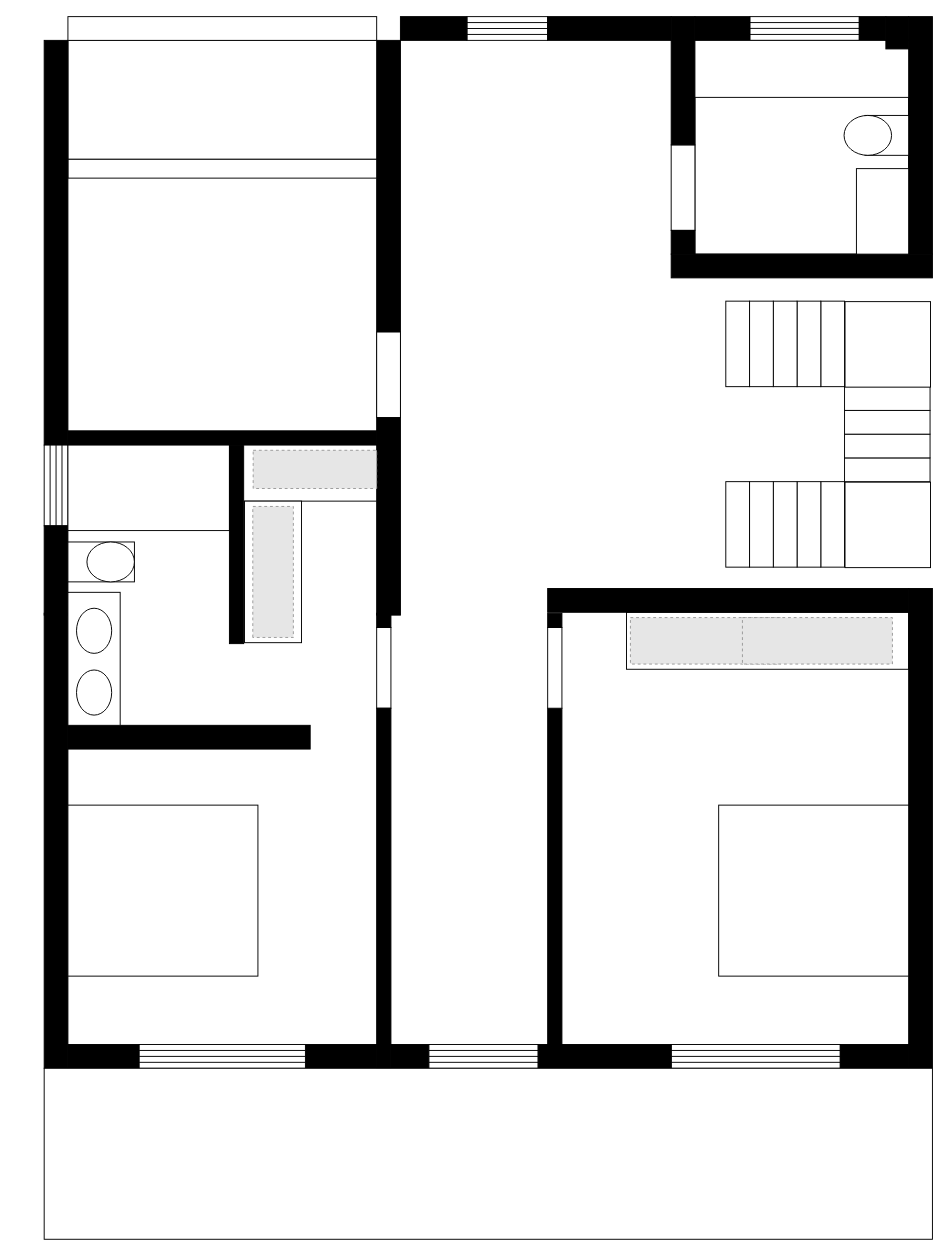
Above: page "第 11 页" (11 of 12) of gushan.drawio in huangshijie/Drawio (draw.io), before the change. Source tidied: cells renumbered, new cells numbered last; positions are measured from the earlier drawing's top-left corner, leaving out a move shared by most shapes. Both pictures are drawn from the tidied source at 95%, with x=0, y=0 at pixel (44, 16). Pictures stored in the file or linked from it are replaced by grey dashed boxes.
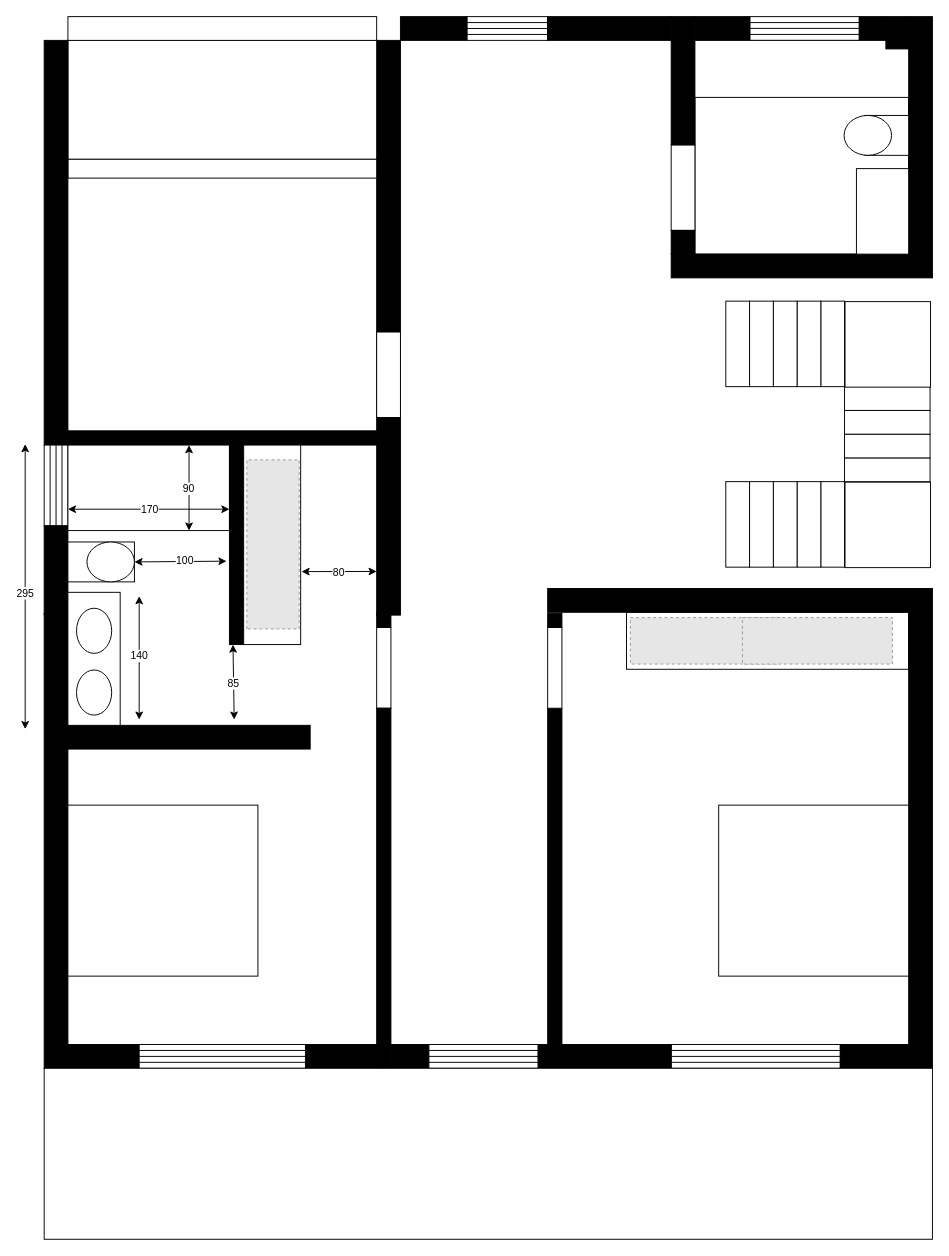
After the change.

The change refers to these unchanged cells:
```xml
<mxCell id="22" style="rounded=0;whiteSpace=wrap;html=1;fillColor=#000000;" parent="1" vertex="1">
  <mxGeometry x="350" y="25" width="25" height="605" as="geometry" />
</mxCell>
<mxCell id="81" style="rounded=0;whiteSpace=wrap;html=1;" parent="1" vertex="1">
  <mxGeometry x="25" y="451" width="170" height="90" as="geometry" />
</mxCell>
<mxCell id="92" style="ellipse;whiteSpace=wrap;html=1;rotation=0;" parent="1" vertex="1">
  <mxGeometry x="45" y="553" width="50" height="42" as="geometry" />
</mxCell>
```

Change to the diagram source:
```diff
@@
     <mxCell id="82" style="rounded=0;whiteSpace=wrap;html=1;fillColor=#000000;" parent="1" vertex="1">
-      <mxGeometry x="195" y="451" width="15" height="209" as="geometry" />
+      <mxGeometry x="195" y="451" width="15" height="210" as="geometry" />
     </mxCell>
-    <mxCell id="83" style="rounded=0;whiteSpace=wrap;html=1;" parent="1" vertex="1">
-      <mxGeometry x="210" y="451" width="140" height="59" as="geometry" />
-    </mxCell>
     <mxCell id="84" style="rounded=0;whiteSpace=wrap;html=1;" parent="1" vertex="1">
-      <mxGeometry x="210.9" y="510" width="60" height="149" as="geometry" />
+      <mxGeometry x="210" y="451" width="60" height="210" as="geometry" />
     </mxCell>
@@
-    <mxCell id="93" style="fillColor=#E6E6E6;strokeColor=#999999;dashed=1;verticalLabelPosition=bottom;labelBackgroundColor=default;verticalAlign=top;" parent="1" vertex="1">
-      <mxGeometry x="220" y="456.5" width="130" height="40.2" as="geometry" />
-    </mxCell>
     <mxCell id="94" style="fillColor=#E6E6E6;strokeColor=#999999;dashed=1;verticalLabelPosition=bottom;labelBackgroundColor=default;verticalAlign=top;rotation=-90;" parent="1" vertex="1">
-      <mxGeometry x="172" y="563.2" width="137.9" height="42.7" as="geometry" />
+      <mxGeometry x="151.9" y="528" width="178" height="55.1" as="geometry" />
     </mxCell>
@@
+    <mxCell id="97" style="endArrow=classic;startArrow=classic;html=1;rounded=0;entryX=1;entryY=0.75;entryDx=0;entryDy=0;exitX=0;exitY=0.75;exitDx=0;exitDy=0;" parent="1" edge="1" source="81" target="81">
+      <mxGeometry relative="1" as="geometry" />
+    </mxCell>
+    <mxCell id="98" value="170" style="edgeLabel;html=1;align=center;verticalAlign=middle;" parent="97" vertex="1">
+      <mxGeometry x="0.17" relative="1" as="geometry">
+        <mxPoint x="-14" as="offset" />
+      </mxGeometry>
+    </mxCell>
+    <mxCell id="99" style="endArrow=classic;startArrow=classic;html=1;rounded=0;entryX=0;entryY=0.924;entryDx=0;entryDy=0;entryPerimeter=0;" parent="1" edge="1" target="22">
+      <mxGeometry relative="1" as="geometry">
+        <mxPoint x="270.9" y="584.2" as="sourcePoint" />
+      </mxGeometry>
+    </mxCell>
+    <mxCell id="100" value="80" style="edgeLabel;html=1;align=center;verticalAlign=middle;" parent="99" vertex="1">
+      <mxGeometry x="-0.02" relative="1" as="geometry" />
+    </mxCell>
+    <mxCell id="101" style="endArrow=classic;startArrow=classic;html=1;rounded=0;entryX=0.75;entryY=0;entryDx=0;entryDy=0;exitX=0.75;exitY=1;exitDx=0;exitDy=0;elbow=vertical;" parent="1" edge="1" source="81" target="81">
+      <mxGeometry relative="1" as="geometry" />
+    </mxCell>
+    <mxCell id="102" value="90" style="edgeLabel;html=1;align=center;verticalAlign=middle;" parent="101" vertex="1">
+      <mxGeometry x="0.73" y="1" relative="1" as="geometry">
+        <mxPoint y="33" as="offset" />
+      </mxGeometry>
+    </mxCell>
+    <mxCell id="103" style="endArrow=classic;startArrow=classic;html=1;rounded=0;exitX=1;exitY=0.5;exitDx=0;exitDy=0;entryX=-0.205;entryY=0.582;entryDx=0;entryDy=0;entryPerimeter=0;" parent="1" edge="1" source="92" target="82">
+      <mxGeometry relative="1" as="geometry" />
+    </mxCell>
+    <mxCell id="104" value="100" style="edgeLabel;html=1;align=center;verticalAlign=middle;" parent="103" vertex="1">
+      <mxGeometry x="0.09" y="1" relative="1" as="geometry" />
+    </mxCell>
+    <mxCell id="105" style="endArrow=classic;startArrow=classic;html=1;rounded=0;" parent="1" edge="1">
+      <mxGeometry relative="1" as="geometry">
+        <mxPoint x="100" y="740" as="sourcePoint" />
+        <mxPoint x="100" y="610" as="targetPoint" />
+      </mxGeometry>
+    </mxCell>
+    <mxCell id="106" value="140" style="edgeLabel;html=1;align=center;verticalAlign=middle;" parent="105" vertex="1">
+      <mxGeometry x="0.04" y="1" relative="1" as="geometry" />
+    </mxCell>
+    <mxCell id="107" style="endArrow=classic;startArrow=classic;html=1;rounded=0;" parent="1" edge="1">
+      <mxGeometry relative="1" as="geometry">
+        <mxPoint x="-20" y="750" as="sourcePoint" />
+        <mxPoint x="-20" y="450" as="targetPoint" />
+      </mxGeometry>
+    </mxCell>
+    <mxCell id="108" value="295" style="edgeLabel;html=1;align=center;verticalAlign=middle;" parent="107" vertex="1">
+      <mxGeometry x="-0.04" y="1" relative="1" as="geometry" />
+    </mxCell>
+    <mxCell id="109" style="endArrow=classic;startArrow=classic;html=1;rounded=0;entryX=0.25;entryY=1;entryDx=0;entryDy=0;" parent="1" edge="1" target="82">
+      <mxGeometry relative="1" as="geometry">
+        <mxPoint x="200" y="740" as="sourcePoint" />
+      </mxGeometry>
+    </mxCell>
+    <mxCell id="110" value="85" style="edgeLabel;html=1;align=center;verticalAlign=middle;" parent="109" vertex="1">
+      <mxGeometry x="-0.01" y="1" relative="1" as="geometry" />
+    </mxCell>
```
